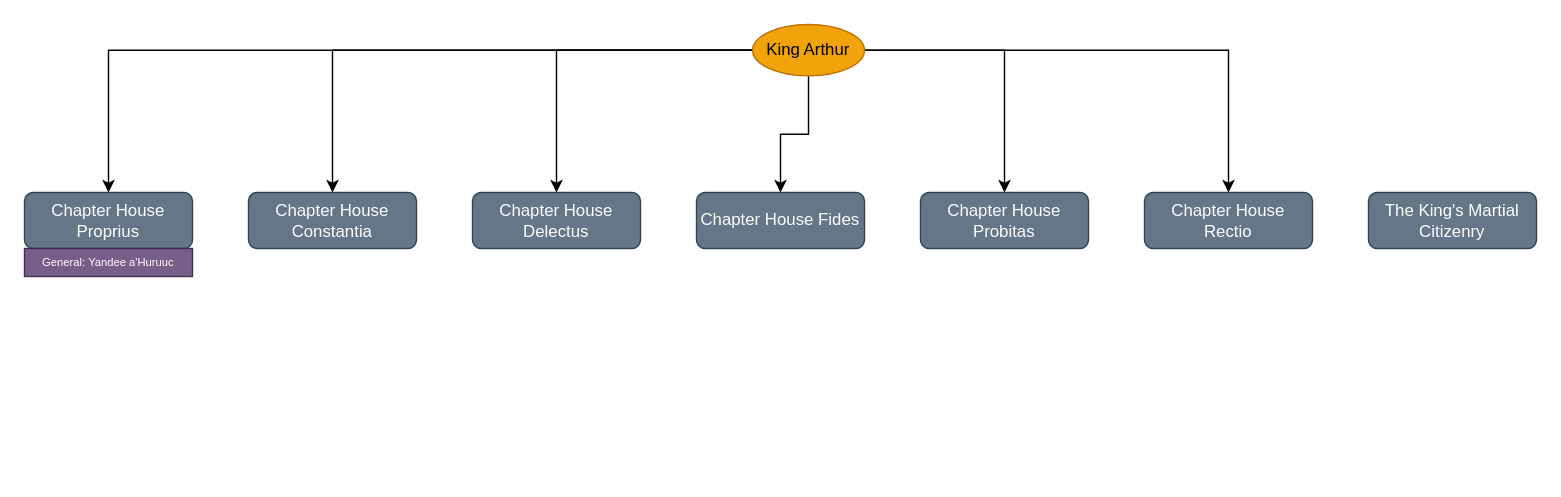
The draw.io diagram MEDIA/SUPP/SPREADS/ArthurianMilitaryStructure.drawio in craftingcity/The-Known-World, before the edit. Source tidied: cells renumbered, new cells numbered last; positions are measured from the earlier drawing's top-left corner, leaving out a move shared by most shapes. Both pictures are drawn from the tidied source at 140%, with x=0, y=0 at pixel (24, 24).
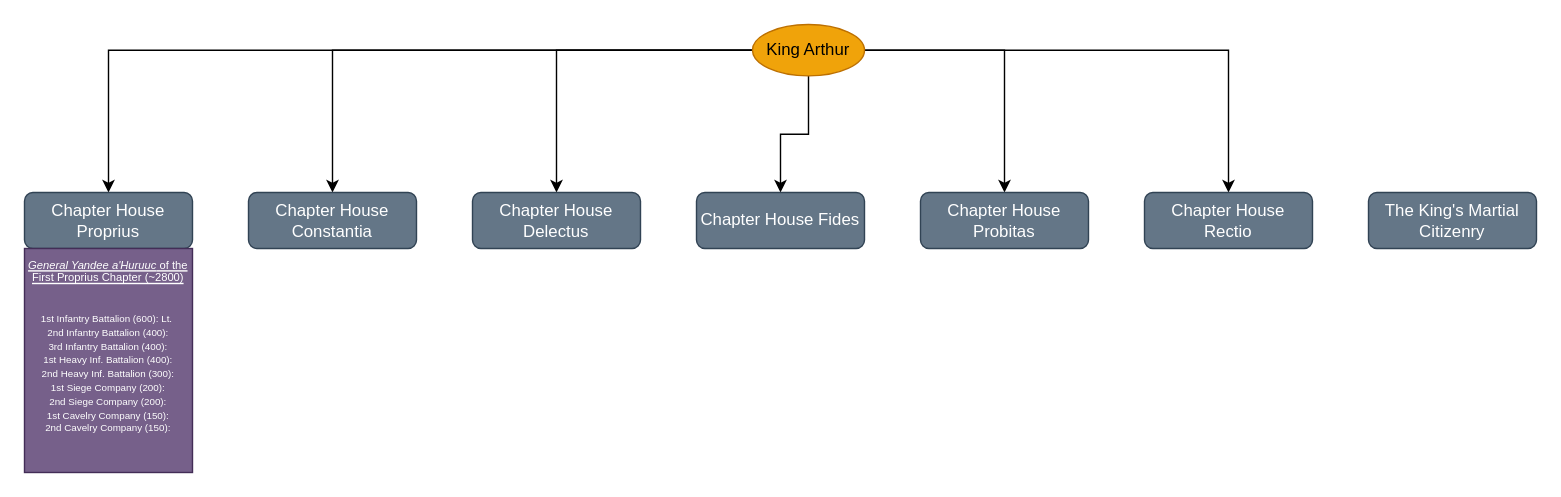
The same page after the edit.

The edit, as a diff of the source:
```diff
@@
 <mxGraphModel>
   <root>
     <mxCell id="0" />
     <mxCell id="1" parent="0" />
     <mxCell id="2" style="edgeStyle=orthogonalEdgeStyle;rounded=0;jettySize=auto;html=1;entryX=0.5;entryY=0;entryDx=0;entryDy=0;" parent="1" edge="1" source="8" target="14">
       <mxGeometry relative="1" as="geometry" />
     </mxCell>
     <mxCell id="3" style="edgeStyle=orthogonalEdgeStyle;rounded=0;jettySize=auto;html=1;entryX=0.5;entryY=0;entryDx=0;entryDy=0;" parent="1" edge="1" source="8" target="12">
       <mxGeometry relative="1" as="geometry" />
     </mxCell>
     <mxCell id="4" style="edgeStyle=orthogonalEdgeStyle;rounded=0;jettySize=auto;html=1;entryX=0.5;entryY=0;entryDx=0;entryDy=0;" parent="1" edge="1" source="8" target="11">
       <mxGeometry relative="1" as="geometry" />
     </mxCell>
     <mxCell id="5" style="edgeStyle=orthogonalEdgeStyle;rounded=0;jettySize=auto;html=1;entryX=0.5;entryY=0;entryDx=0;entryDy=0;" parent="1" edge="1" source="8" target="9">
       <mxGeometry relative="1" as="geometry" />
     </mxCell>
     <mxCell id="6" style="edgeStyle=orthogonalEdgeStyle;rounded=0;jettySize=auto;html=1;entryX=0.5;entryY=0;entryDx=0;entryDy=0;" parent="1" edge="1" source="8" target="10">
       <mxGeometry relative="1" as="geometry" />
     </mxCell>
     <mxCell id="7" style="edgeStyle=orthogonalEdgeStyle;rounded=0;jettySize=auto;html=1;entryX=0.5;entryY=0;entryDx=0;entryDy=0;" parent="1" edge="1" source="8" target="13">
       <mxGeometry relative="1" as="geometry" />
     </mxCell>
     <mxCell id="8" value="King Arthur" style="ellipse;whiteSpace=wrap;html=1;fontSize=12;fillColor=#f0a30a;fontColor=#000000;strokeColor=#BD7000;" parent="1" vertex="1">
       <mxGeometry x="520" width="80" height="36.7" as="geometry" />
     </mxCell>
     <mxCell id="9" value="Chapter House Fides" style="rounded=1;whiteSpace=wrap;html=1;fillColor=#647687;fontColor=#ffffff;strokeColor=#314354;" parent="1" vertex="1">
       <mxGeometry x="480" y="120" width="120" height="40" as="geometry" />
     </mxCell>
     <mxCell id="10" value="Chapter House Probitas" style="rounded=1;whiteSpace=wrap;html=1;fillColor=#647687;fontColor=#ffffff;strokeColor=#314354;" parent="1" vertex="1">
       <mxGeometry x="640" y="120" width="120" height="40" as="geometry" />
     </mxCell>
     <mxCell id="11" value="Chapter House Delectus" style="rounded=1;whiteSpace=wrap;html=1;fillColor=#647687;fontColor=#ffffff;strokeColor=#314354;" parent="1" vertex="1">
       <mxGeometry x="320" y="120" width="120" height="40" as="geometry" />
     </mxCell>
     <mxCell id="12" value="Chapter House Constantia" style="rounded=1;whiteSpace=wrap;html=1;fillColor=#647687;fontColor=#ffffff;strokeColor=#314354;" parent="1" vertex="1">
       <mxGeometry x="160" y="120" width="120" height="40" as="geometry" />
     </mxCell>
     <mxCell id="13" value="Chapter House Rectio" style="rounded=1;whiteSpace=wrap;html=1;fillColor=#647687;fontColor=#ffffff;strokeColor=#314354;" parent="1" vertex="1">
       <mxGeometry x="800" y="120" width="120" height="40" as="geometry" />
     </mxCell>
     <mxCell id="14" value="Chapter House Proprius" style="rounded=1;whiteSpace=wrap;html=1;fillColor=#647687;fontColor=#ffffff;strokeColor=#314354;" parent="1" vertex="1">
       <mxGeometry y="120" width="120" height="40" as="geometry" />
     </mxCell>
     <mxCell id="15" value="The King's Martial Citizenry" style="rounded=1;whiteSpace=wrap;html=1;fillColor=#647687;fontColor=#ffffff;strokeColor=#314354;" parent="1" vertex="1">
       <mxGeometry x="960" y="120" width="120" height="40" as="geometry" />
     </mxCell>
-    <mxCell id="16" value="General:&amp;nbsp;&lt;span style=&quot;background-color: initial;&quot;&gt;Yandee a'Huruuc&lt;/span&gt;" style="rounded=0;whiteSpace=wrap;html=1;fillColor=#76608a;fontColor=#ffffff;strokeColor=#432D57;fontSize=8;" parent="1" vertex="1">
-      <mxGeometry y="160" width="120" height="20" as="geometry" />
+    <mxCell id="16" value="&lt;u&gt;&lt;i&gt;General&amp;nbsp;&lt;/i&gt;&lt;span style=&quot;background-color: initial;&quot;&gt;&lt;i&gt;Yandee a'Huruuc&lt;/i&gt; of the First Proprius Chapter (~2800)&lt;/span&gt;&lt;/u&gt;&lt;div&gt;&lt;u&gt;&lt;br&gt;&lt;/u&gt;&lt;/div&gt;&lt;div&gt;&lt;u&gt;&lt;br&gt;&lt;/u&gt;&lt;/div&gt;&lt;div style=&quot;line-height: 140%; font-size: 7px;&quot;&gt;&lt;font style=&quot;font-size: 7px;&quot;&gt;1st Infantry Battalion (600): Lt.&amp;nbsp;&lt;/font&gt;&lt;/div&gt;&lt;div style=&quot;line-height: 140%; font-size: 7px;&quot;&gt;&lt;font style=&quot;font-size: 7px;&quot;&gt;2nd&amp;nbsp;&lt;span style=&quot;background-color: initial;&quot;&gt;Infantry&lt;/span&gt;&lt;span style=&quot;background-color: initial;&quot;&gt;&amp;nbsp;&lt;/span&gt;Battalion&lt;span style=&quot;background-color: initial;&quot;&gt;&amp;nbsp;(400):&lt;/span&gt;&lt;/font&gt;&lt;/div&gt;&lt;div style=&quot;line-height: 140%; font-size: 7px;&quot;&gt;&lt;font style=&quot;font-size: 7px;&quot;&gt;3rd&amp;nbsp;&lt;span style=&quot;background-color: initial;&quot;&gt;Infantry&lt;/span&gt;&lt;span style=&quot;background-color: initial;&quot;&gt;&amp;nbsp;&lt;/span&gt;Battalion&lt;span style=&quot;background-color: initial;&quot;&gt;&amp;nbsp;(400):&lt;/span&gt;&lt;/font&gt;&lt;/div&gt;&lt;div style=&quot;line-height: 140%; font-size: 7px;&quot;&gt;&lt;span style=&quot;background-color: initial;&quot;&gt;&lt;font style=&quot;font-size: 7px;&quot;&gt;1st Heavy Inf. Battalion (400):&lt;/font&gt;&lt;/span&gt;&lt;/div&gt;&lt;div style=&quot;line-height: 140%; font-size: 7px;&quot;&gt;&lt;span style=&quot;background-color: initial;&quot;&gt;&lt;font style=&quot;font-size: 7px;&quot;&gt;2nd Heavy Inf. Battalion (300):&lt;/font&gt;&lt;/span&gt;&lt;/div&gt;&lt;div style=&quot;line-height: 140%; font-size: 7px;&quot;&gt;&lt;font style=&quot;font-size: 7px;&quot;&gt;1st Siege Company&amp;nbsp;&lt;span style=&quot;background-color: initial;&quot;&gt;(200):&lt;/span&gt;&lt;/font&gt;&lt;/div&gt;&lt;div style=&quot;line-height: 140%; font-size: 7px;&quot;&gt;&lt;span style=&quot;background-color: initial;&quot;&gt;&lt;font style=&quot;font-size: 7px;&quot;&gt;2nd Siege Company (200):&lt;/font&gt;&lt;/span&gt;&lt;/div&gt;&lt;div style=&quot;line-height: 140%; font-size: 7px;&quot;&gt;&lt;font style=&quot;font-size: 7px;&quot;&gt;1st Cavelry Company (150):&lt;/font&gt;&lt;/div&gt;&lt;div style=&quot;line-height: 140%; font-size: 7px;&quot;&gt;&lt;font style=&quot;font-size: 7px;&quot;&gt;2nd Cavelry Company (150):&lt;/font&gt;&lt;/div&gt;&lt;div&gt;&lt;br&gt;&lt;/div&gt;&lt;div&gt;&lt;br&gt;&lt;/div&gt;" style="rounded=0;whiteSpace=wrap;html=1;fillColor=#76608a;fontColor=#ffffff;strokeColor=#432D57;fontSize=8;" parent="1" vertex="1">
+      <mxGeometry y="160" width="120" height="160" as="geometry" />
     </mxCell>
   </root>
 </mxGraphModel>
```
